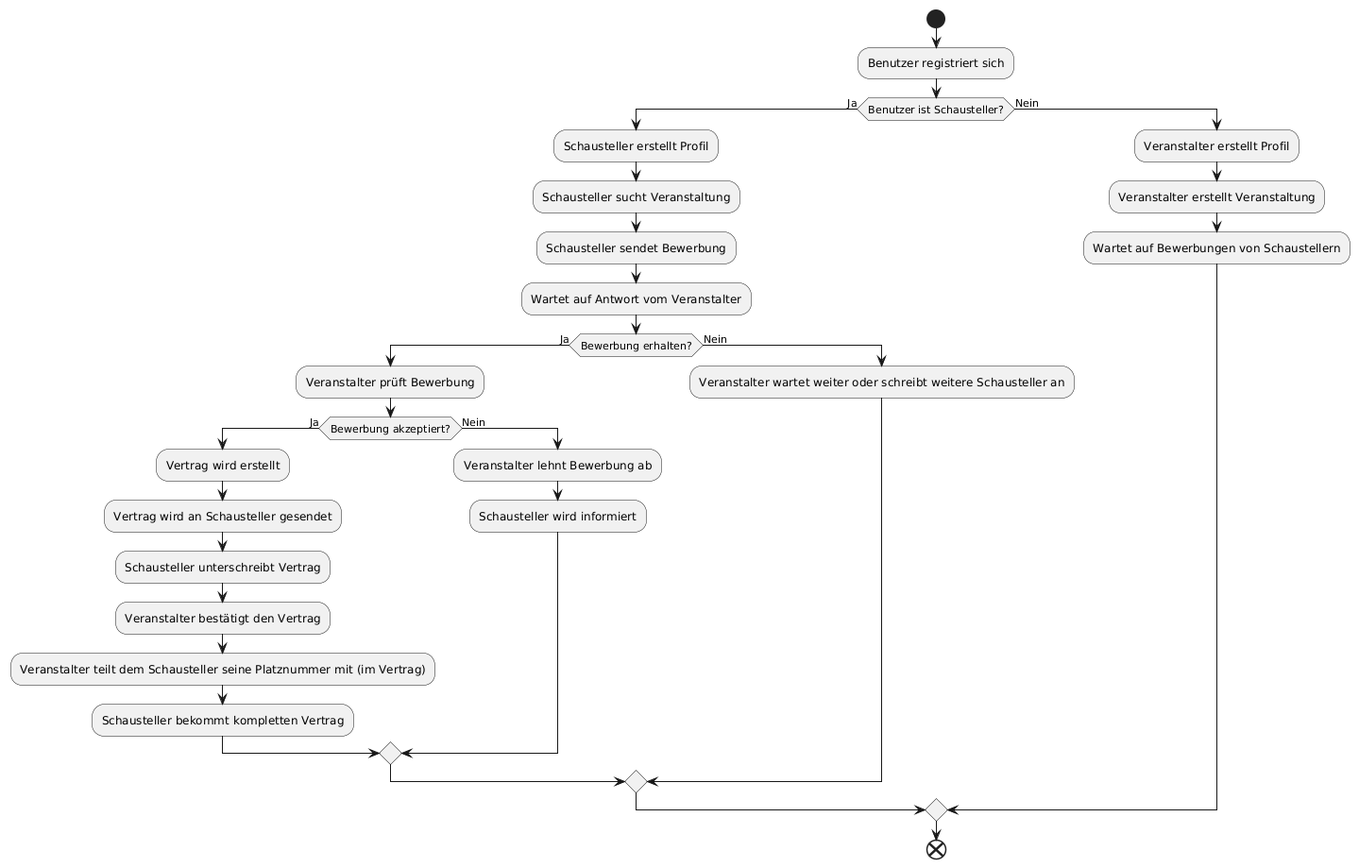
This is bachelorarbeit/fig/UML_Diagramm_Luu_Bachelor_Thema.png from Hungfu123/venow-bachelor-luu, a PlantUML export, as it was before one commit.
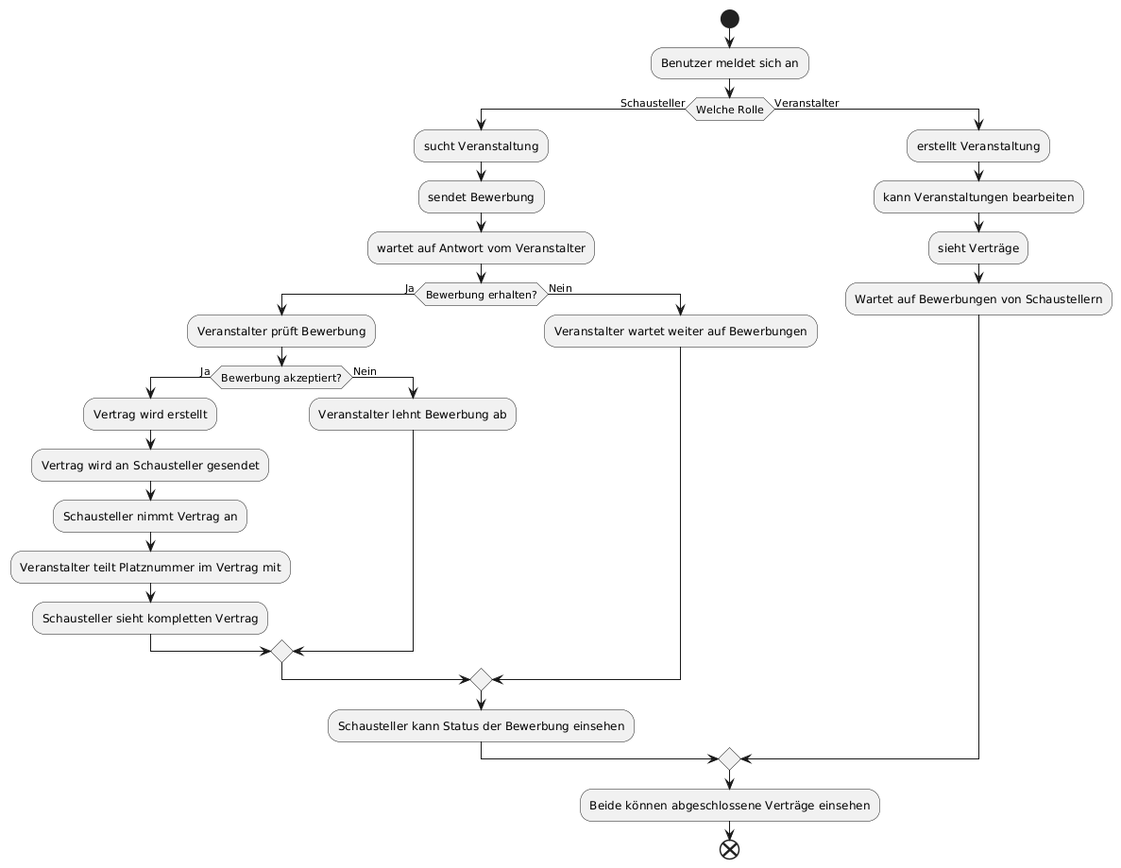
After the change.

What changed in the source:
```diff
@@ -1,31 +1,31 @@
 @startuml
 start
-:Benutzer registriert sich;
-if (Benutzer ist Schausteller?) then (Ja)
-  :Schausteller erstellt Profil;
-  :Schausteller sucht Veranstaltung;
-  :Schausteller sendet Bewerbung;
-  :Wartet auf Antwort vom Veranstalter;
+:Benutzer meldet sich an;
+if (Welche Rolle) then (Schausteller)
+  :sucht Veranstaltung;
+  :sendet Bewerbung;
+  :wartet auf Antwort vom Veranstalter;
   if (Bewerbung erhalten?) then (Ja)
     :Veranstalter prüft Bewerbung;
     if (Bewerbung akzeptiert?) then (Ja)
       :Vertrag wird erstellt;
       :Vertrag wird an Schausteller gesendet;
-      :Schausteller unterschreibt Vertrag;
-      :Veranstalter bestätigt den Vertrag;
-      :Veranstalter teilt dem Schausteller seine Platznummer mit (im Vertrag);
-      :Schausteller bekommt kompletten Vertrag;
+      :Schausteller nimmt Vertrag an;
+      :Veranstalter teilt Platznummer im Vertrag mit;
+      :Schausteller sieht kompletten Vertrag;
     else (Nein)
       :Veranstalter lehnt Bewerbung ab;
-      :Schausteller wird informiert;
     endif
   else (Nein)
-    :Veranstalter wartet weiter oder schreibt weitere Schausteller an;
+    :Veranstalter wartet weiter auf Bewerbungen;
   endif
-else (Nein)
-  :Veranstalter erstellt Profil;
-  :Veranstalter erstellt Veranstaltung;
+  :Schausteller kann Status der Bewerbung einsehen;
+else (Veranstalter)
+  :erstellt Veranstaltung;
+  :kann Veranstaltungen bearbeiten;
+  :sieht Verträge;
   :Wartet auf Bewerbungen von Schaustellern;
-  endif
+endif
+:Beide können abgeschlossene Verträge einsehen;
 end
 @enduml
```
